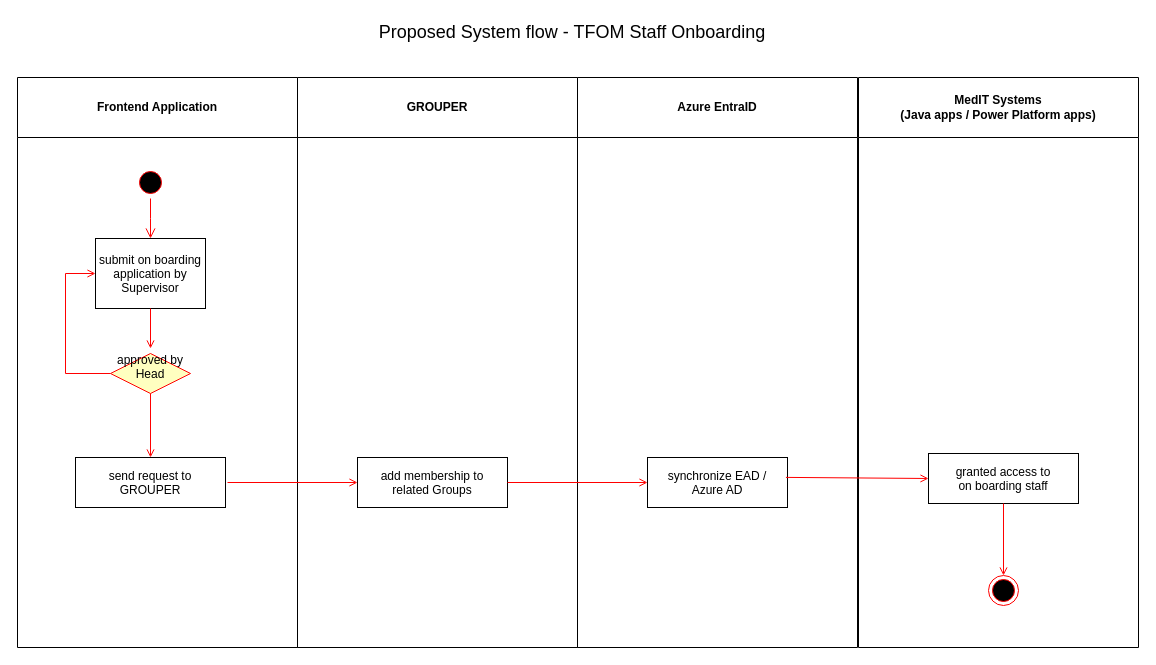
Before: diagram/Untitled Diagram.drawio in Maurice-Tam/draw.io, a draw.io diagram. Source tidied: cells renumbered, new cells numbered last; positions are measured from the earlier drawing's top-left corner, leaving out a move shared by most shapes. Both pictures are drawn from the tidied source at 100%, with x=0, y=0 at pixel (17, 17).
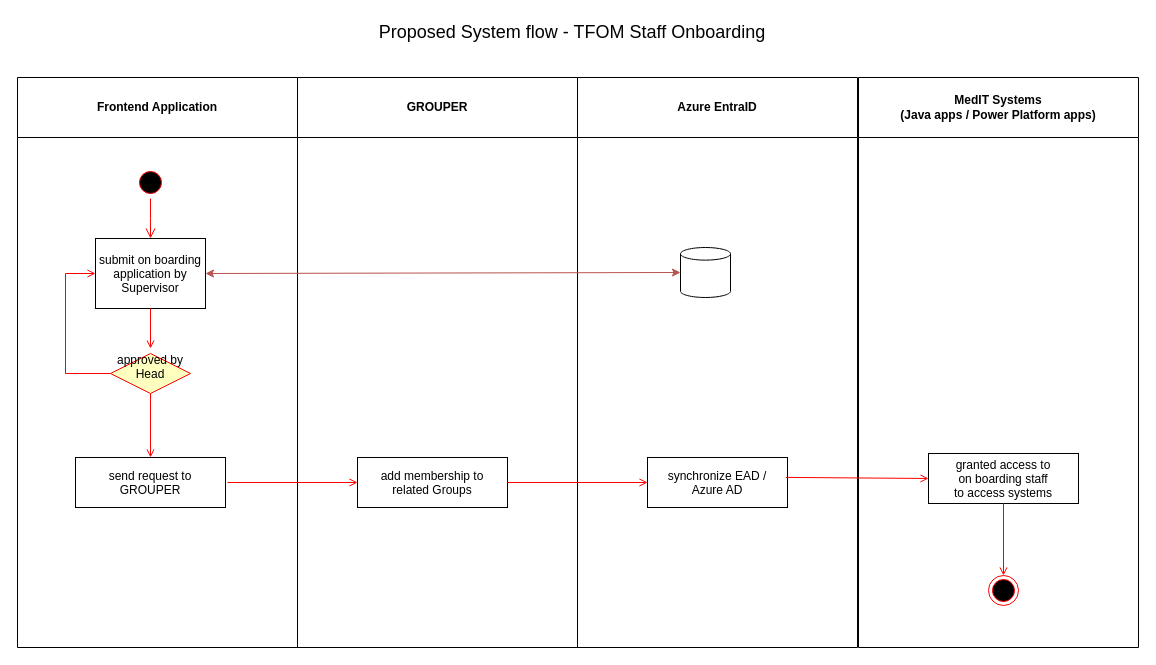
The same page after the edit.

The change refers to these unchanged cells:
```xml
<mxCell id="5" value="submit on boarding&#10;application by &#10;Supervisor" parent="2" vertex="1">
  <mxGeometry x="78" y="161" width="110" height="70" as="geometry" />
</mxCell>
<mxCell id="14" value="Azure EntraID" style="swimlane;whiteSpace=wrap;startSize=60;" parent="1" vertex="1">
  <mxGeometry x="560" y="60" width="280" height="570" as="geometry" />
</mxCell>
<mxCell id="16" value="MedIT Systems&#10;(Java apps / Power Platform apps)" style="swimlane;whiteSpace=wrap;startSize=60;" parent="1" vertex="1">
  <mxGeometry x="841" y="60" width="280" height="570" as="geometry" />
</mxCell>
```

The edit, as a diff of the source:
```diff
@@
+    <mxCell id="23" style="shape=cylinder3;whiteSpace=wrap;html=1;boundedLbl=1;backgroundOutline=1;size=6.315789473684276;" parent="14" vertex="1">
+      <mxGeometry x="103" y="170" width="50" height="50" as="geometry" />
+    </mxCell>
@@
-    <mxCell id="17" value="granted access to &#10;on boarding staff" parent="16" vertex="1">
+    <mxCell id="17" value="granted access to &#10;on boarding staff &#10;to access systems" parent="16" vertex="1">
       <mxGeometry x="70" y="376" width="150" height="50" as="geometry" />
     </mxCell>
@@
+    <mxCell id="24" style="endArrow=classic;startArrow=classic;html=1;rounded=0;entryX=0;entryY=0.5;entryDx=0;entryDy=0;entryPerimeter=0;exitX=1;exitY=0.5;exitDx=0;exitDy=0;strokeColor=#b85450;fillColor=#f8cecc;" parent="1" edge="1" source="5" target="23">
+      <mxGeometry relative="1" as="geometry" />
+    </mxCell>
```
